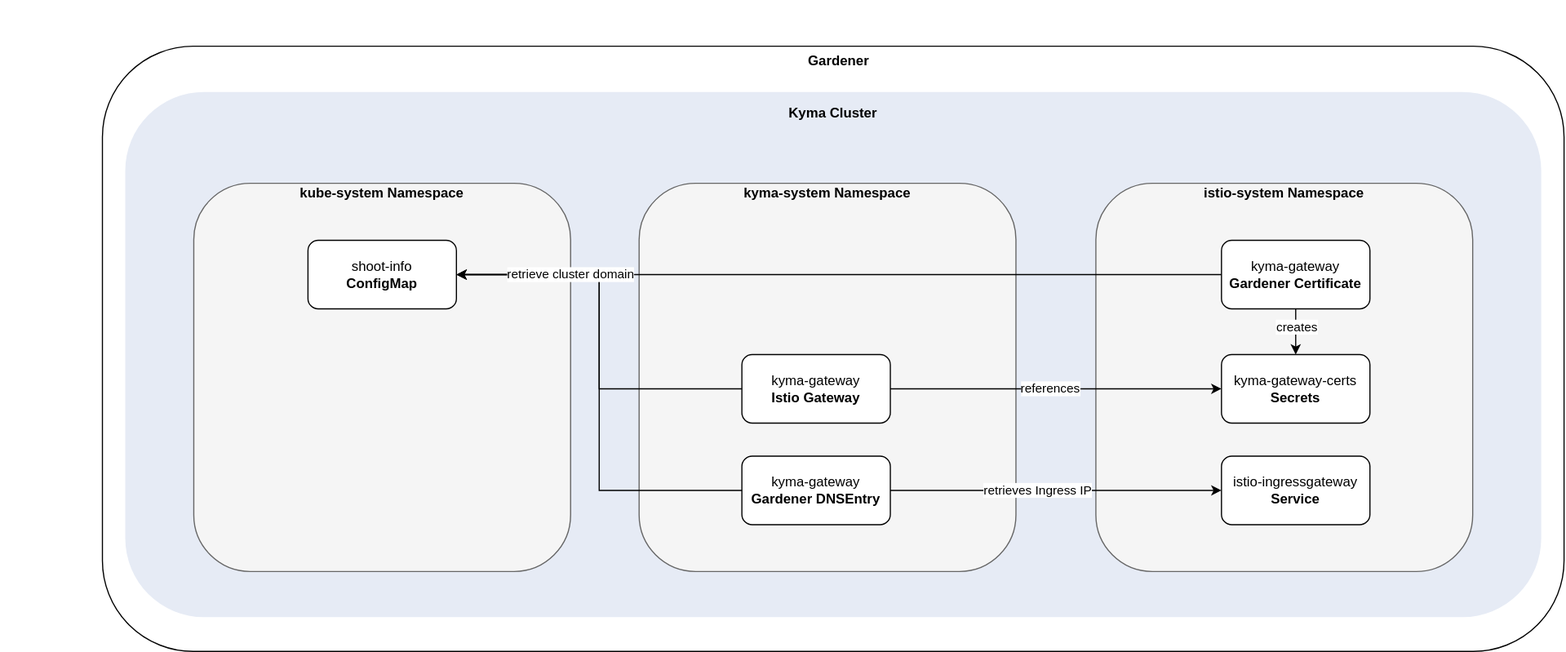
kyma-project/api-gateway keeps this draw.io diagram as docs/assets/kyma-gateway-resources-gardener.svg. Above is the earlier version. Source tidied: cells renumbered, new cells last; positions are measured from the earlier drawing's top-left corner, leaving out a move shared by most shapes.
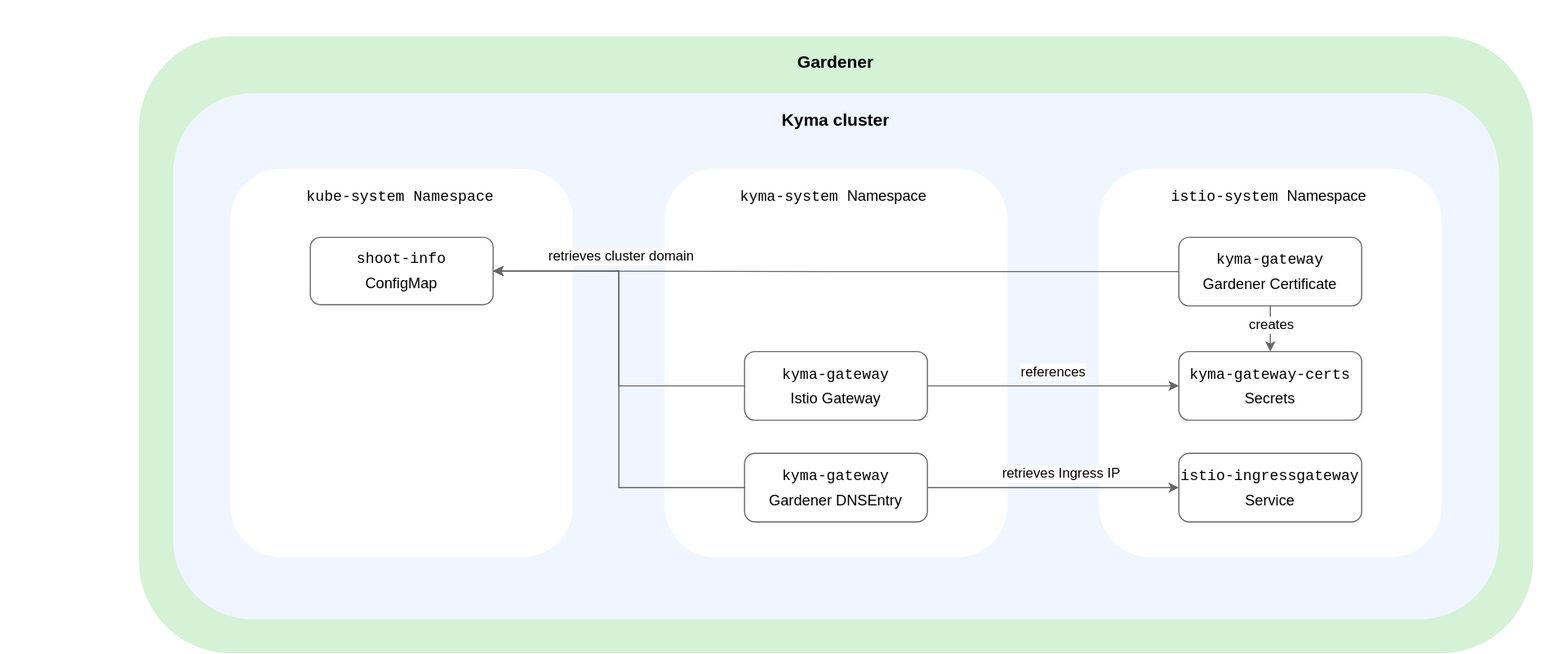
Later version of the same file.

Commit message:
Update diagrams with diagrams proposed in review

Diff of the diagram source:
```diff
@@ -2,92 +2,94 @@
   <root>
     <mxCell id="0" />
     <mxCell id="1" parent="0" />
-    <mxCell id="2" style="group;" parent="1" vertex="1">
-      <mxGeometry width="1370" height="570" as="geometry" />
-    </mxCell>
-    <mxCell id="3" style="rounded=1;whiteSpace=wrap;html=1;labelBackgroundColor=none;" parent="2" vertex="1">
-      <mxGeometry x="90" y="40" width="1280" height="530" as="geometry" />
-    </mxCell>
+    <mxCell id="29" style="group;strokeColor=none;" parent="1" vertex="1">
+      <mxGeometry x="80" y="350" width="1370" height="570" as="geometry" />
+    </mxCell>
+    <mxCell id="30" style="rounded=1;whiteSpace=wrap;html=1;labelBackgroundColor=none;fillColor=#D5F2D7;strokeColor=none;" parent="29" vertex="1">
+      <mxGeometry x="120" y="30" width="1220" height="540" as="geometry" />
+    </mxCell>
-    <mxCell id="4" value="Gardener" style="text;html=1;strokeColor=none;fillColor=none;align=center;verticalAlign=middle;whiteSpace=wrap;rounded=0;fontStyle=1;" parent="2" vertex="1">
-      <mxGeometry x="150" y="40" width="1170" height="25.9" as="geometry" />
+    <mxCell id="4" value="&lt;font style=&quot;font-size: 15px;&quot;&gt;Gardener&lt;/font&gt;" style="text;html=1;strokeColor=none;fillColor=none;align=center;verticalAlign=middle;whiteSpace=wrap;rounded=0;fontStyle=1;" parent="29" vertex="1">
+      <mxGeometry x="640" y="39" width="180" height="25.9" as="geometry" />
     </mxCell>
-    <mxCell id="5" style="rounded=1;whiteSpace=wrap;html=1;strokeColor=none;fillColor=#E6EBF5;fillStyle=auto;" parent="1" vertex="1">
-      <mxGeometry x="110" y="80" width="1240" height="460" as="geometry" />
-    </mxCell>
-    <mxCell id="6" style="rounded=1;whiteSpace=wrap;html=1;strokeColor=#666666;fillColor=#f5f5f5;fillStyle=auto;fontColor=#333333;" parent="1" vertex="1">
-      <mxGeometry x="170" y="160" width="330" height="340" as="geometry" />
-    </mxCell>
+    <mxCell id="31" style="rounded=1;whiteSpace=wrap;html=1;strokeColor=none;fillColor=#F0F6FF;fillStyle=auto;" parent="1" vertex="1">
+      <mxGeometry x="230" y="430" width="1160" height="460" as="geometry" />
+    </mxCell>
+    <mxCell id="32" style="rounded=1;whiteSpace=wrap;html=1;fillStyle=auto;strokeColor=none;" parent="1" vertex="1">
+      <mxGeometry x="280" y="496" width="300" height="340" as="geometry" />
+    </mxCell>
-    <mxCell id="7" value="kube-system Namespace" style="text;html=1;strokeColor=none;fillColor=none;align=center;verticalAlign=middle;whiteSpace=wrap;rounded=0;fontStyle=1;" parent="1" vertex="1">
-      <mxGeometry x="195.2" y="160" width="279.5" height="17.8" as="geometry" />
+    <mxCell id="7" value="&lt;pre style=&quot;font-size: 13px;&quot;&gt;&lt;font style=&quot;font-size: 13px;&quot;&gt;&lt;font style=&quot;font-size: 13px;&quot;&gt;kube-system&lt;/font&gt; &lt;font style=&quot;font-size: 13px;&quot;&gt;Namespace&lt;/font&gt;&lt;/font&gt;&lt;/pre&gt;" style="text;html=1;strokeColor=none;fillColor=none;align=center;verticalAlign=middle;whiteSpace=wrap;rounded=0;fontStyle=0;fontSize=13;fontFamily=Helvetica;" parent="1" vertex="1">
+      <mxGeometry x="289.2" y="512" width="279.5" height="17.8" as="geometry" />
     </mxCell>
-    <mxCell id="8" value="shoot-info&lt;br&gt;&lt;b&gt;ConfigMap&lt;/b&gt;" style="rounded=1;whiteSpace=wrap;html=1;" parent="1" vertex="1">
-      <mxGeometry x="270" y="210" width="130" height="60" as="geometry" />
+    <mxCell id="8" value="&lt;pre style=&quot;line-height: 0%; font-size: 13px;&quot;&gt;shoot-info&lt;/pre&gt;ConfigMap" style="rounded=1;whiteSpace=wrap;html=1;strokeColor=#666666;spacing=0;verticalAlign=middle;labelPosition=center;verticalLabelPosition=middle;align=center;spacingTop=-5;fontSize=13;" parent="1" vertex="1">
+      <mxGeometry x="350" y="556" width="160" height="59" as="geometry" />
     </mxCell>
-    <mxCell id="9" value="Kyma Cluster" style="text;html=1;strokeColor=none;fillColor=none;align=center;verticalAlign=middle;whiteSpace=wrap;rounded=0;fontStyle=1;" parent="1" vertex="1">
-      <mxGeometry x="150" y="90" width="1160" height="17.8" as="geometry" />
-    </mxCell>
-    <mxCell id="10" style="rounded=1;whiteSpace=wrap;html=1;strokeColor=#666666;fillColor=#f5f5f5;fillStyle=auto;fontColor=#333333;" parent="1" vertex="1">
-      <mxGeometry x="560" y="160" width="330" height="340" as="geometry" />
-    </mxCell>
-    <mxCell id="11" value="kyma-system Namespace" style="text;html=1;strokeColor=none;fillColor=none;align=center;verticalAlign=middle;whiteSpace=wrap;rounded=0;fontStyle=1;" parent="1" vertex="1">
-      <mxGeometry x="585.2" y="160" width="279.5" height="17.8" as="geometry" />
-    </mxCell>
+    <mxCell id="33" value="&lt;font style=&quot;font-size: 15px;&quot;&gt;Kyma cluster&lt;/font&gt;" style="text;html=1;strokeColor=none;fillColor=none;align=center;verticalAlign=middle;whiteSpace=wrap;rounded=0;fontStyle=1;fontSize=15;" parent="1" vertex="1">
+      <mxGeometry x="700" y="444" width="220" height="17.8" as="geometry" />
+    </mxCell>
+    <mxCell id="34" style="rounded=1;whiteSpace=wrap;html=1;fillStyle=auto;strokeColor=none;" parent="1" vertex="1">
+      <mxGeometry x="660" y="496" width="300" height="340" as="geometry" />
+    </mxCell>
-    <mxCell id="12" value="kyma-gateway&lt;br&gt;&lt;b&gt;Istio Gateway&lt;/b&gt;" style="rounded=1;whiteSpace=wrap;html=1;" parent="1" vertex="1">
-      <mxGeometry x="650" y="310" width="130" height="60" as="geometry" />
+    <mxCell id="12" value="&lt;pre style=&quot;line-height: 0%; font-size: 13px;&quot;&gt;kyma-gateway&lt;/pre&gt;Istio Gateway" style="rounded=1;whiteSpace=wrap;html=1;strokeColor=#666666;spacingTop=-5;fontSize=13;" parent="1" vertex="1">
+      <mxGeometry x="730" y="656" width="160" height="60" as="geometry" />
     </mxCell>
-    <mxCell id="13" value="kyma-gateway&lt;br&gt;&lt;b&gt;Gardener DNSEntry&lt;/b&gt;" style="rounded=1;whiteSpace=wrap;html=1;" parent="1" vertex="1">
-      <mxGeometry x="650" y="399" width="130" height="60" as="geometry" />
+    <mxCell id="13" value="&lt;pre style=&quot;line-height: 0%; font-size: 13px;&quot;&gt;kyma-gateway&lt;/pre&gt;Gardener DNSEntry" style="rounded=1;whiteSpace=wrap;html=1;strokeColor=#666666;spacing=0;spacingTop=-5;fontSize=13;" parent="1" vertex="1">
+      <mxGeometry x="730" y="745" width="160" height="60" as="geometry" />
     </mxCell>
-    <mxCell id="14" style="rounded=1;whiteSpace=wrap;html=1;strokeColor=#666666;fillColor=#f5f5f5;fillStyle=auto;fontColor=#333333;" parent="1" vertex="1">
-      <mxGeometry x="960" y="160" width="330" height="340" as="geometry" />
-    </mxCell>
+    <mxCell id="35" style="rounded=1;whiteSpace=wrap;html=1;fillStyle=auto;strokeColor=none;" parent="1" vertex="1">
+      <mxGeometry x="1040" y="496" width="300" height="340" as="geometry" />
+    </mxCell>
-    <mxCell id="15" value="istio-system Namespace" style="text;html=1;strokeColor=none;fillColor=none;align=center;verticalAlign=middle;whiteSpace=wrap;rounded=0;fontStyle=1;" parent="1" vertex="1">
-      <mxGeometry x="985.2" y="160" width="279.5" height="17.8" as="geometry" />
+    <mxCell id="15" value="&lt;pre&gt;&lt;span style=&quot;font-weight: normal;&quot;&gt;&lt;font style=&quot;font-size: 13px;&quot;&gt;istio-system&lt;/font&gt; &lt;span style=&quot;font-size: 13px;&quot;&gt;&lt;font style=&quot;&quot; face=&quot;Helvetica&quot;&gt;Namespace&lt;/font&gt;&lt;/span&gt;&lt;/span&gt;&lt;/pre&gt;" style="text;html=1;strokeColor=none;fillColor=none;align=center;verticalAlign=middle;whiteSpace=wrap;rounded=0;fontStyle=1;fontSize=13;" parent="1" vertex="1">
+      <mxGeometry x="1049.2" y="512" width="279.5" height="17.8" as="geometry" />
     </mxCell>
-    <mxCell id="16" value="istio-ingressgateway&lt;br&gt;&lt;b&gt;Service&lt;/b&gt;" style="rounded=1;whiteSpace=wrap;html=1;" parent="1" vertex="1">
-      <mxGeometry x="1070" y="399" width="130" height="60" as="geometry" />
+    <mxCell id="16" value="&lt;pre style=&quot;line-height: 0%; font-size: 13px;&quot;&gt;&lt;font style=&quot;font-size: 13px;&quot;&gt;&lt;font style=&quot;font-size: 13px;&quot;&gt;istio-ingressgateway&lt;/font&gt;&lt;/font&gt;&lt;/pre&gt;&lt;font style=&quot;font-size: 13px;&quot;&gt;Service&lt;/font&gt;" style="rounded=1;whiteSpace=wrap;html=1;strokeColor=#666666;spacingTop=-5;fontSize=13;" parent="1" vertex="1">
+      <mxGeometry x="1110" y="745" width="160" height="60" as="geometry" />
     </mxCell>
-    <mxCell id="17" style="edgeStyle=orthogonalEdgeStyle;rounded=0;jettySize=auto;html=1;entryX=0.5;entryY=0;entryDx=0;entryDy=0;" parent="1" edge="1" source="19" target="20">
+    <mxCell id="17" style="edgeStyle=orthogonalEdgeStyle;rounded=0;jettySize=auto;html=1;entryX=0.5;entryY=0;entryDx=0;entryDy=0;strokeColor=#666666;" parent="1" edge="1" source="19" target="20">
       <mxGeometry relative="1" as="geometry" />
     </mxCell>
-    <mxCell id="18" value="creates" style="edgeLabel;html=1;align=center;verticalAlign=middle;" parent="17" vertex="1">
-      <mxGeometry x="-0.24" y="1" relative="1" as="geometry" />
+    <mxCell id="18" value="&lt;font style=&quot;font-size: 12px;&quot;&gt;creates&lt;/font&gt;" style="edgeLabel;html=1;align=center;verticalAlign=middle;" parent="17" vertex="1">
+      <mxGeometry x="-0.24" y="1" relative="1" as="geometry">
+        <mxPoint x="-1" y="1" as="offset" />
+      </mxGeometry>
     </mxCell>
-    <mxCell id="19" value="kyma-gateway&lt;br&gt;&lt;b&gt;Gardener Certificate&lt;/b&gt;" style="rounded=1;whiteSpace=wrap;html=1;" parent="1" vertex="1">
-      <mxGeometry x="1070" y="210" width="130" height="60" as="geometry" />
+    <mxCell id="19" value="&lt;pre style=&quot;line-height: 0%; font-size: 13px;&quot;&gt;kyma-gateway&lt;/pre&gt;&lt;span style=&quot;font-size: 13px;&quot;&gt;Gardener Certificate&lt;/span&gt;" style="rounded=1;whiteSpace=wrap;html=1;strokeColor=#666666;fontStyle=0;spacingTop=-5;fontSize=13;" parent="1" vertex="1">
+      <mxGeometry x="1110" y="556" width="160" height="60" as="geometry" />
     </mxCell>
-    <mxCell id="20" value="kyma-gateway-certs&lt;br&gt;&lt;b&gt;Secrets&lt;/b&gt;" style="rounded=1;whiteSpace=wrap;html=1;" parent="1" vertex="1">
-      <mxGeometry x="1070" y="310" width="130" height="60" as="geometry" />
+    <mxCell id="20" value="&lt;pre style=&quot;line-height: 0%; font-size: 13px;&quot;&gt;kyma-gateway-certs&lt;/pre&gt;&lt;span style=&quot;font-size: 13px;&quot;&gt;Secrets&lt;/span&gt;" style="rounded=1;whiteSpace=wrap;html=1;strokeColor=#666666;fontStyle=0;spacingTop=-5;fontSize=13;" parent="1" vertex="1">
+      <mxGeometry x="1110" y="656" width="160" height="60" as="geometry" />
     </mxCell>
-    <mxCell id="21" style="edgeStyle=orthogonalEdgeStyle;rounded=0;jettySize=auto;html=1;entryX=0;entryY=0.5;entryDx=0;entryDy=0;" parent="1" edge="1" source="12" target="20">
+    <mxCell id="21" style="edgeStyle=orthogonalEdgeStyle;rounded=0;jettySize=auto;html=1;entryX=0;entryY=0.5;entryDx=0;entryDy=0;strokeColor=#666666;" parent="1" edge="1" source="12" target="20">
       <mxGeometry relative="1" as="geometry" />
     </mxCell>
-    <mxCell id="22" value="references" style="edgeLabel;html=1;align=center;verticalAlign=middle;" parent="21" vertex="1">
+    <mxCell id="22" value="references" style="edgeLabel;html=1;align=center;verticalAlign=middle;fontSize=12;" parent="21" vertex="1">
       <mxGeometry x="-0.23" y="1" relative="1" as="geometry">
-        <mxPoint x="28" y="1" as="offset" />
+        <mxPoint x="24" y="-12" as="offset" />
       </mxGeometry>
     </mxCell>
-    <mxCell id="23" style="edgeStyle=orthogonalEdgeStyle;rounded=0;jettySize=auto;html=1;" parent="1" edge="1" source="13" target="16">
+    <mxCell id="23" style="edgeStyle=orthogonalEdgeStyle;rounded=0;jettySize=auto;html=1;strokeColor=#666666;" parent="1" edge="1" source="13" target="16">
       <mxGeometry relative="1" as="geometry" />
     </mxCell>
-    <mxCell id="24" value="retrieves Ingress IP" style="edgeLabel;html=1;align=center;verticalAlign=middle;" parent="23" vertex="1">
+    <mxCell id="24" value="retrieves Ingress IP" style="edgeLabel;html=1;align=center;verticalAlign=middle;fontSize=12;" parent="23" vertex="1">
       <mxGeometry x="-0.12" y="1" relative="1" as="geometry">
-        <mxPoint y="1" as="offset" />
+        <mxPoint x="18" y="-12" as="offset" />
       </mxGeometry>
     </mxCell>
-    <mxCell id="25" style="edgeStyle=orthogonalEdgeStyle;rounded=0;jettySize=auto;html=1;exitX=0;exitY=0.5;exitDx=0;exitDy=0;entryX=1;entryY=0.5;entryDx=0;entryDy=0;" parent="1" edge="1" source="13" target="8">
+    <mxCell id="25" style="edgeStyle=orthogonalEdgeStyle;rounded=0;jettySize=auto;html=1;exitX=0;exitY=0.5;exitDx=0;exitDy=0;entryX=1;entryY=0.5;entryDx=0;entryDy=0;strokeColor=#666666;" parent="1" edge="1" source="13" target="8">
       <mxGeometry relative="1" as="geometry" />
     </mxCell>
-    <mxCell id="26" style="edgeStyle=orthogonalEdgeStyle;rounded=0;jettySize=auto;html=1;entryX=1;entryY=0.5;entryDx=0;entryDy=0;" parent="1" edge="1" source="12" target="8">
+    <mxCell id="26" style="edgeStyle=orthogonalEdgeStyle;rounded=0;jettySize=auto;html=1;entryX=1;entryY=0.5;entryDx=0;entryDy=0;strokeColor=#666666;" parent="1" edge="1" source="12" target="8">
       <mxGeometry relative="1" as="geometry" />
     </mxCell>
-    <mxCell id="27" style="edgeStyle=orthogonalEdgeStyle;rounded=0;jettySize=auto;html=1;entryX=1;entryY=0.5;entryDx=0;entryDy=0;" parent="1" edge="1" source="19" target="8">
+    <mxCell id="27" style="edgeStyle=orthogonalEdgeStyle;rounded=0;jettySize=auto;html=1;entryX=1;entryY=0.5;entryDx=0;entryDy=0;strokeColor=#666666;" parent="1" edge="1" source="19" target="8">
       <mxGeometry relative="1" as="geometry" />
     </mxCell>
-    <mxCell id="28" value="retrieve cluster domain" style="edgeLabel;html=1;align=center;verticalAlign=middle;" parent="27" vertex="1">
-      <mxGeometry x="0.77" y="-1" relative="1" as="geometry">
-        <mxPoint x="23" y="1" as="offset" />
-      </mxGeometry>
-    </mxCell>
+    <mxCell id="36" value="retrieves cluster domain" style="edgeLabel;html=1;align=center;verticalAlign=middle;fontSize=12;" parent="27" vertex="1">
+      <mxGeometry x="0.77" y="-1" relative="1" as="geometry">
+        <mxPoint x="43" y="-13" as="offset" />
+      </mxGeometry>
+    </mxCell>
+    <mxCell id="11" value="&lt;pre&gt;&lt;span style=&quot;font-weight: normal;&quot;&gt;&lt;font style=&quot;font-size: 13px;&quot;&gt;kyma-system&lt;/font&gt; &lt;span style=&quot;font-size: 13px;&quot;&gt;&lt;font face=&quot;Helvetica&quot;&gt;Namespace&lt;/font&gt;&lt;/span&gt;&lt;/span&gt;&lt;/pre&gt;" style="text;html=1;strokeColor=none;fillColor=none;align=center;verticalAlign=middle;whiteSpace=wrap;rounded=0;fontStyle=1;fontSize=13;" parent="1" vertex="1">
+      <mxGeometry x="668.2" y="512" width="279.5" height="17.8" as="geometry" />
+    </mxCell>
   </root>
 </mxGraphModel>
```
